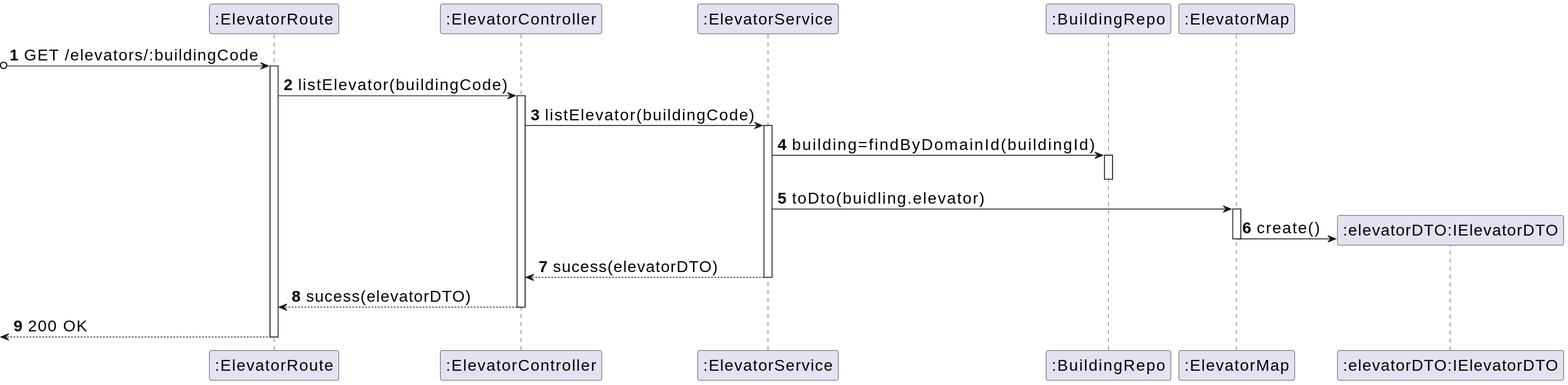
Before: _wiki/sprint-a/us15-290/views/level-3/assets/process-view.svg, a diagram exported from PlantUML (miseEnPlace-dev/lapr5). Source of this version:
```plantuml
@startuml
skinparamlocked defaultFontSize 20
autonumber
participant ROUTE as ":ElevatorRoute"
participant CTRL as ":ElevatorController"
participant SRV as ":ElevatorService"
participant BREPO as ":BuildingRepo"
participant MAP as ":ElevatorMap"
participant DTO as ":elevatorDTO:IElevatorDTO"

?o-> ROUTE : GET /elevators/:buildingCode
activate ROUTE

ROUTE -> CTRL : listElevator(buildingCode)
activate CTRL
CTRL -> SRV : listElevator(buildingCode)
activate SRV
SRV -> BREPO : building=findByDomainId(buildingId)
activate BREPO
deactivate BREPO
SRV -> MAP : toDto(buidling.elevator)
activate MAP
MAP -> DTO** : create()
deactivate MAP
SRV --> CTRL : sucess(elevatorDTO)
deactivate SRV
CTRL --> ROUTE : sucess(elevatorDTO)
deactivate CTRL
<-- ROUTE : 200 OK
deactivate ROUTE
@enduml
```
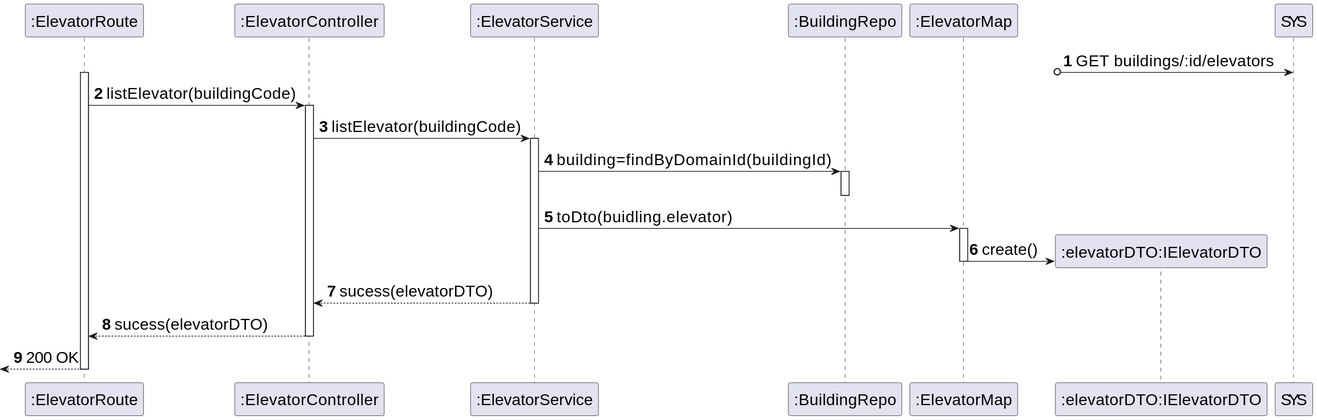
Later version of the same file.

Change to the diagram source:
```diff
@@ -8,7 +8,7 @@
 participant MAP as ":ElevatorMap"
 participant DTO as ":elevatorDTO:IElevatorDTO"
 
-?o-> ROUTE : GET /elevators/:buildingCode
+?o-> SYS : GET buildings/:id/elevators
 activate ROUTE
 
 ROUTE -> CTRL : listElevator(buildingCode)
```
